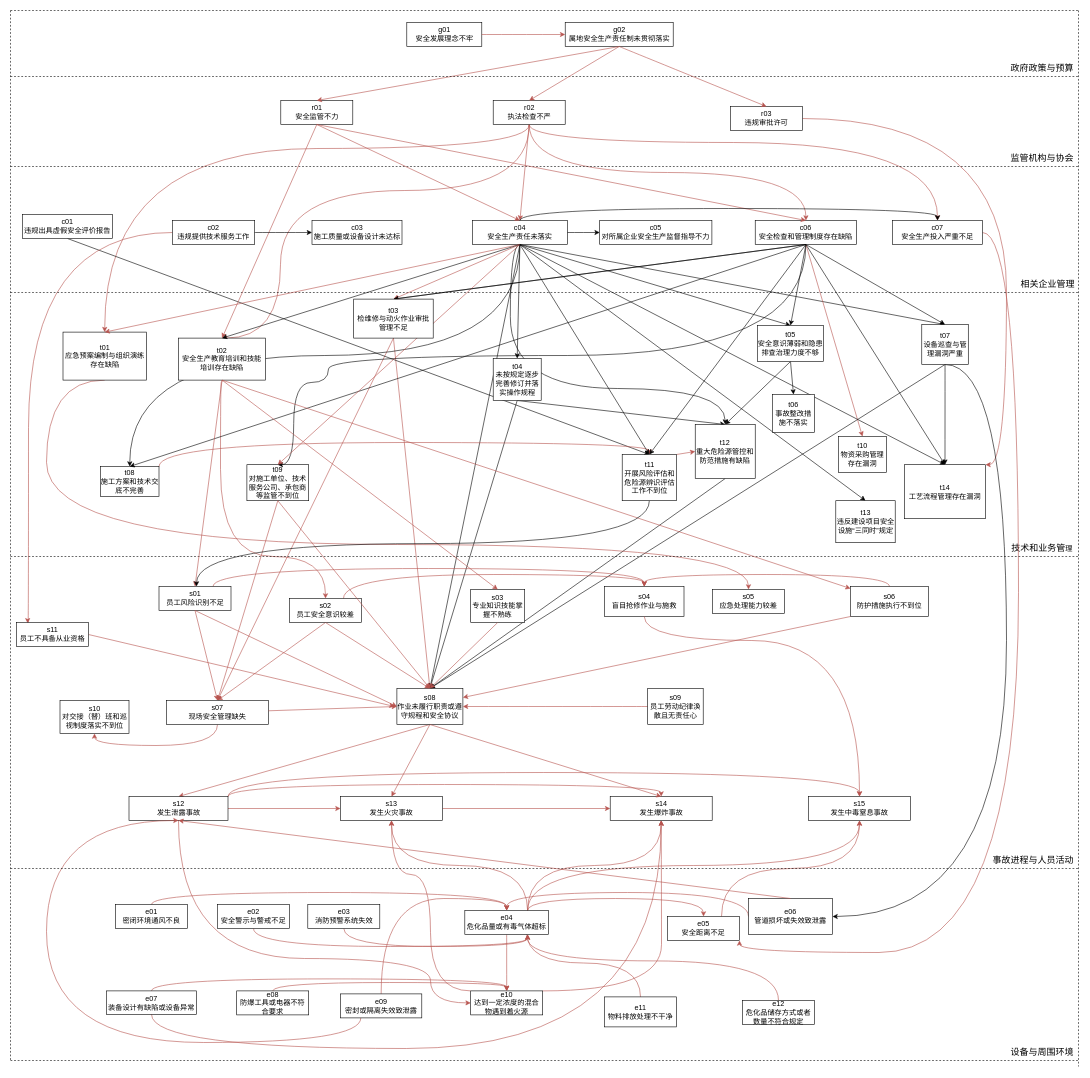
Above: 剔除次数少于5.drawio in fangjiarong/docs (draw.io), before the change. Source tidied: cells renumbered, new cells numbered last; positions are measured from the earlier drawing's top-left corner, leaving out a move shared by most shapes. Both pictures are drawn from the tidied source at 60%, with x=0, y=0 at pixel (10, 10).
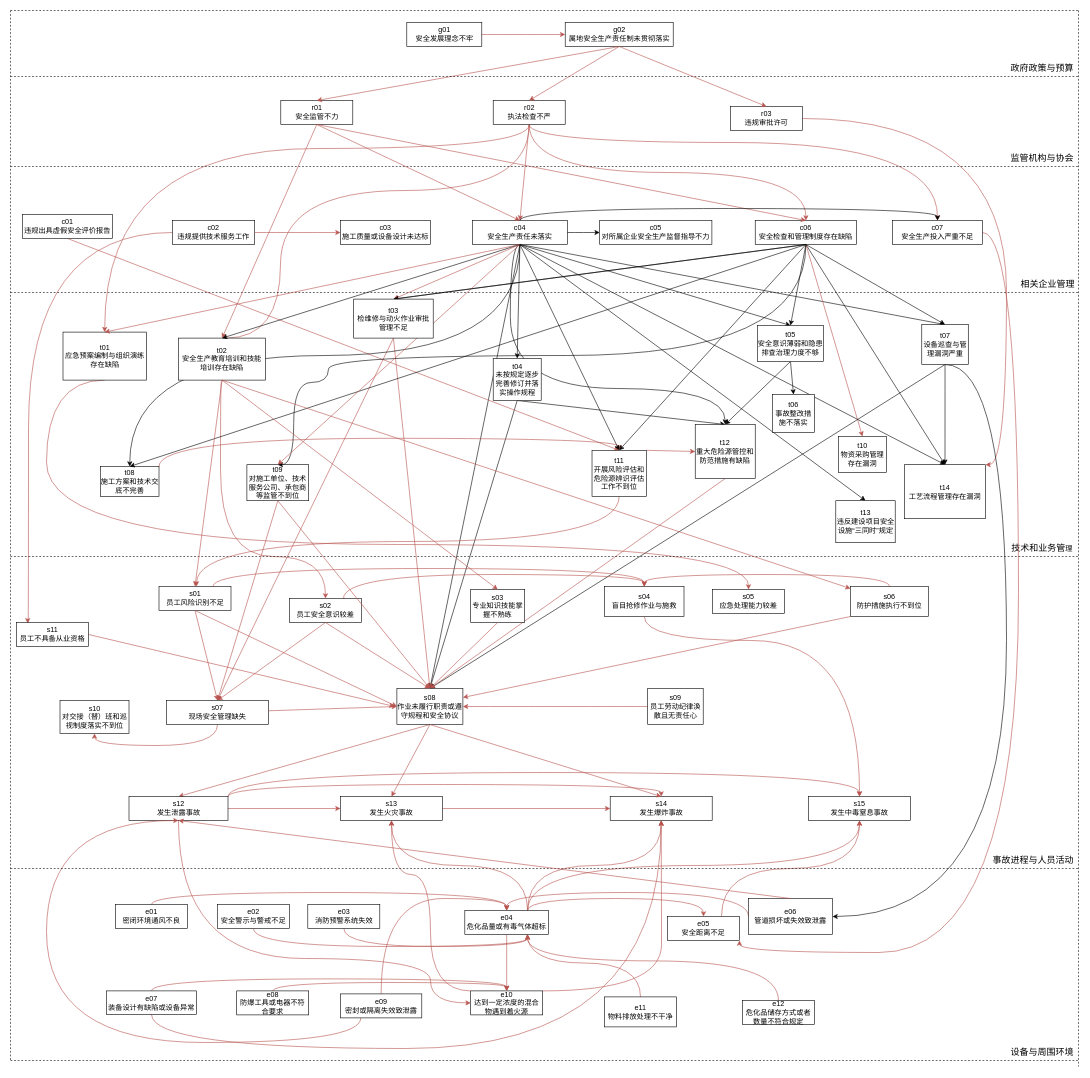
The same diagram, later.

Commit message (it also covers changes not shown here):
更新剔除次数少于5.drawio

The change refers to these unchanged cells:
```xml
<mxCell id="21" value="c01&lt;br&gt;违规出具虚假安全评价报告" style="rounded=0;whiteSpace=wrap;html=1;" parent="1" vertex="1">
  <mxGeometry x="20" y="340" width="150" height="40" as="geometry" />
</mxCell>
<mxCell id="23" value="c02&lt;br&gt;违规提供技术服务工作" style="rounded=0;whiteSpace=wrap;html=1;" parent="1" vertex="1">
  <mxGeometry x="270" y="350" width="137" height="40" as="geometry" />
</mxCell>
<mxCell id="41" value="s08&lt;br&gt;作业未履行职责或遵守规程和安全协议" style="rounded=0;whiteSpace=wrap;html=1;" parent="1" vertex="1">
  <mxGeometry x="644" y="1130" width="110" height="60" as="geometry" />
</mxCell>
<mxCell id="157" value="t12&lt;br&gt;重大危险源管控和防范措施有缺陷" style="rounded=0;whiteSpace=wrap;html=1;" parent="1" vertex="1">
  <mxGeometry x="1141.2" y="690" width="100" height="90" as="geometry" />
</mxCell>
```

Diff of the diagram source:
```diff
@@
-    <mxCell id="4" style="endArrow=classic;html=1;rounded=0;exitX=0.5;exitY=1;exitDx=0;exitDy=0;entryX=0.5;entryY=0;entryDx=0;entryDy=0;" parent="1" edge="1" source="157" target="41">
+    <mxCell id="4" style="endArrow=classic;html=1;rounded=0;exitX=0.5;exitY=1;exitDx=0;exitDy=0;entryX=0.5;entryY=0;entryDx=0;entryDy=0;fillColor=#f8cecc;strokeColor=#b85450;" parent="1" edge="1" source="157" target="41">
       <mxGeometry relative="1" as="geometry" />
     </mxCell>
@@
-    <mxCell id="20" style="edgeStyle=none;rounded=0;jettySize=auto;html=1;exitX=0.5;exitY=1;exitDx=0;exitDy=0;entryX=0.5;entryY=0;entryDx=0;entryDy=0;" parent="1" edge="1" source="21" target="165">
+    <mxCell id="20" style="edgeStyle=none;rounded=0;jettySize=auto;html=1;exitX=0.5;exitY=1;exitDx=0;exitDy=0;entryX=0.5;entryY=0;entryDx=0;entryDy=0;fillColor=#f8cecc;strokeColor=#b85450;" parent="1" edge="1" source="21" target="165">
       <mxGeometry relative="1" as="geometry" />
     </mxCell>
@@
     <mxCell id="54" value="c03&lt;br&gt;施工质量或设备设计未达标" style="rounded=0;whiteSpace=wrap;html=1;" parent="1" vertex="1">
-      <mxGeometry x="502.5" y="350" width="150" height="40" as="geometry" />
+      <mxGeometry x="550" y="350" width="150" height="40" as="geometry" />
     </mxCell>
@@
-    <mxCell id="164" style="edgeStyle=orthogonalEdgeStyle;curved=1;rounded=0;jettySize=auto;html=1;exitX=0.5;exitY=1;exitDx=0;exitDy=0;" parent="1" edge="1" source="165">
+    <mxCell id="164" style="edgeStyle=orthogonalEdgeStyle;curved=1;rounded=0;jettySize=auto;html=1;exitX=0.5;exitY=1;exitDx=0;exitDy=0;fillColor=#f8cecc;strokeColor=#b85450;" parent="1" edge="1" source="165">
       <mxGeometry relative="1" as="geometry">
         <mxPoint x="310" y="960" as="targetPoint" />
       </mxGeometry>
     </mxCell>
     <mxCell id="165" value="t11&lt;br&gt;开展风险评估和危险源辨识评估工作不到位" style="rounded=0;whiteSpace=wrap;html=1;" parent="1" vertex="1">
-      <mxGeometry x="1019.5" y="740" width="90.5" height="77" as="geometry" />
+      <mxGeometry x="969.2" y="733" width="90.5" height="77" as="geometry" />
     </mxCell>
@@
-    <mxCell id="173" style="edgeStyle=orthogonalEdgeStyle;curved=1;rounded=0;jettySize=auto;html=1;exitX=1;exitY=0.5;exitDx=0;exitDy=0;entryX=0;entryY=0.5;entryDx=0;entryDy=0;" parent="1" edge="1" source="23" target="54">
+    <mxCell id="173" style="edgeStyle=orthogonalEdgeStyle;curved=1;rounded=0;jettySize=auto;html=1;exitX=1;exitY=0.5;exitDx=0;exitDy=0;entryX=0;entryY=0.5;entryDx=0;entryDy=0;fillColor=#f8cecc;strokeColor=#b85450;" parent="1" edge="1" source="23" target="54">
       <mxGeometry relative="1" as="geometry" />
     </mxCell>
```
